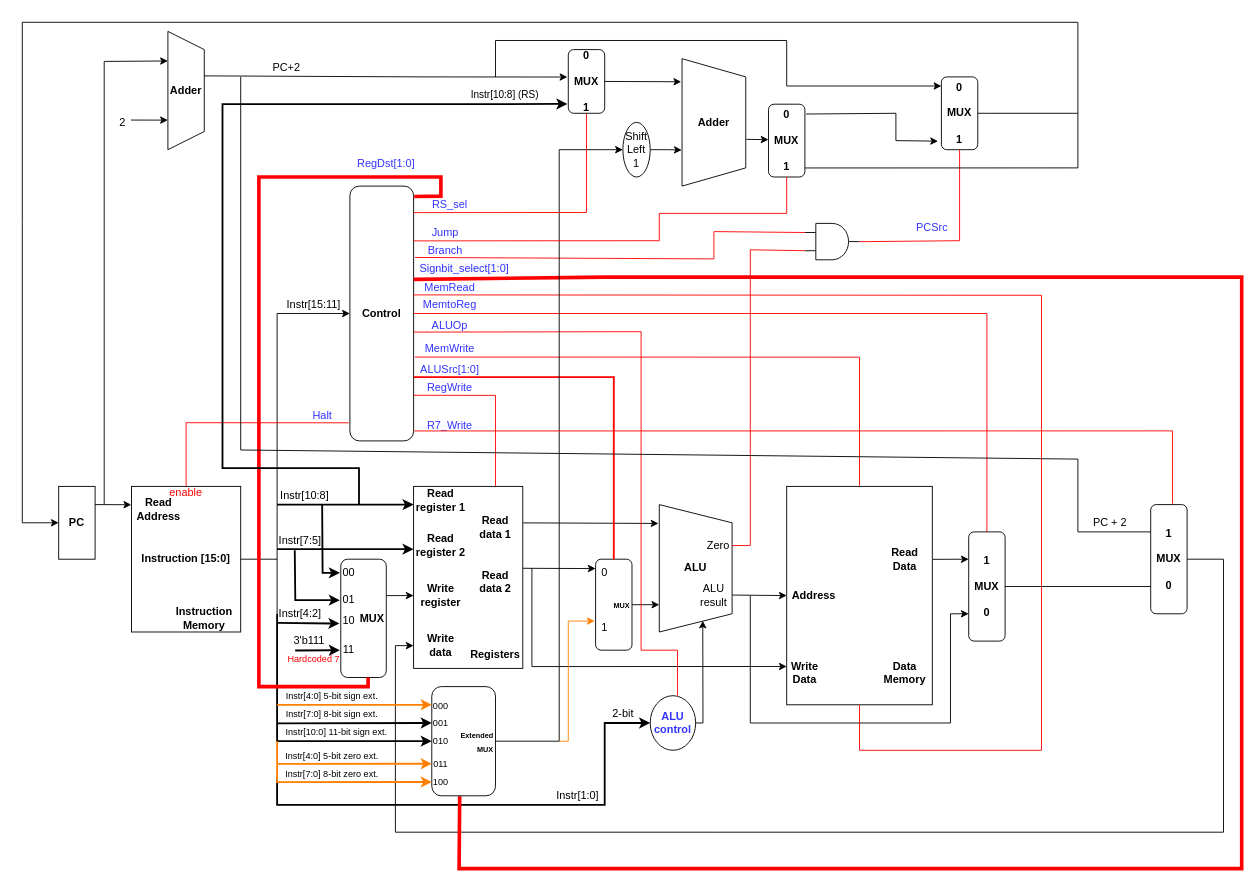
Earlier version of the draw.io diagram WISC-SP22.drawio (joshmeiyb/ECE552). Source tidied: cells renumbered, new cells numbered last; positions are measured from the earlier drawing's top-left corner, leaving out a move shared by most shapes. Both pictures are drawn from the tidied source at 91%, with x=0, y=0 at pixel (22, 22).
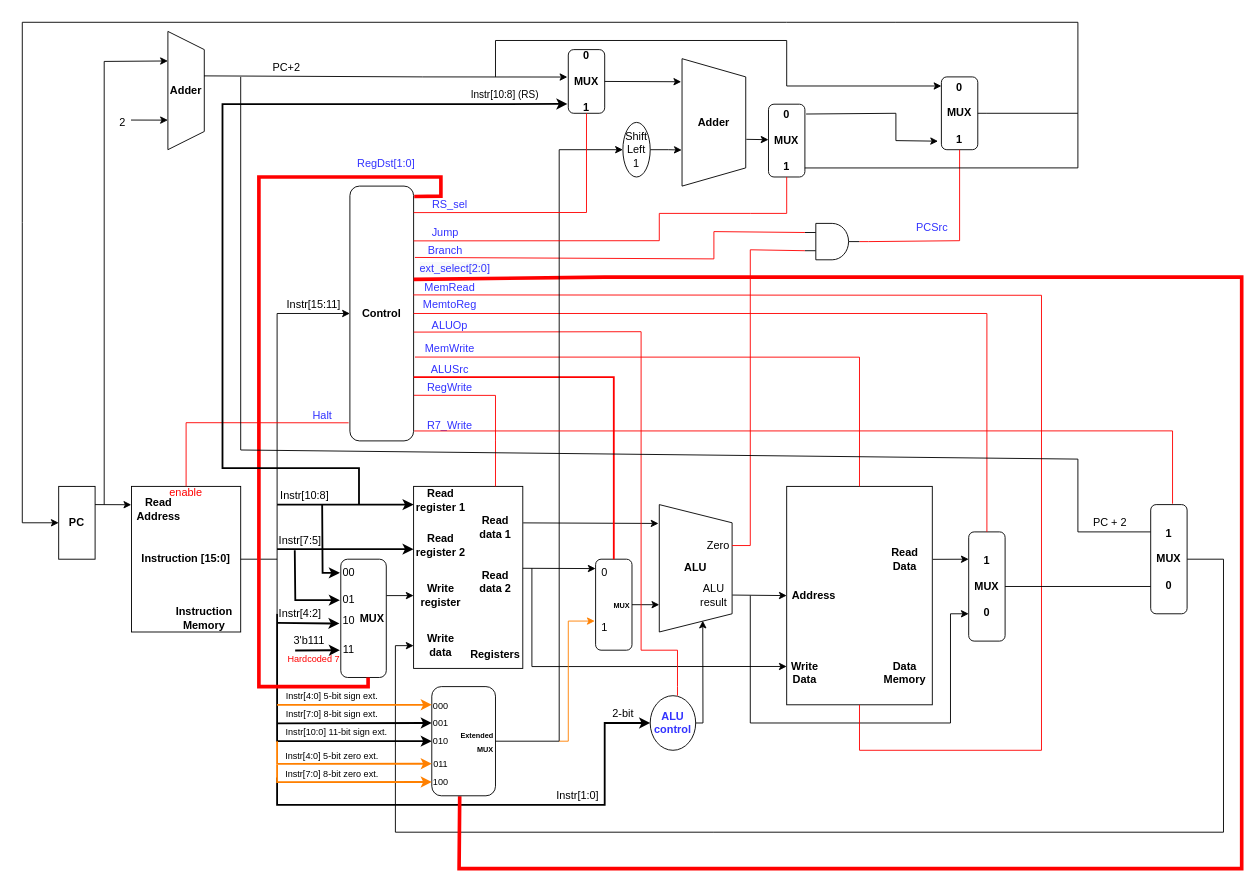
The same page after the edit.

The edit, as a diff of the source:
```diff
@@
-    <mxCell id="77" value="&lt;font color=&quot;#3333ff&quot;&gt;ALUSrc[1:0]&lt;/font&gt;" style="text;html=1;strokeColor=none;fillColor=none;align=center;verticalAlign=middle;whiteSpace=wrap;rounded=0;" parent="1" vertex="1">
+    <mxCell id="77" value="&lt;font color=&quot;#3333ff&quot;&gt;ALUSrc&lt;/font&gt;" style="text;html=1;strokeColor=none;fillColor=none;align=center;verticalAlign=middle;whiteSpace=wrap;rounded=0;" parent="1" vertex="1">
       <mxGeometry x="440" y="367" width="60" height="30" as="geometry" />
     </mxCell>
@@
-    <mxCell id="86" value="&lt;span style=&quot;color: rgb(51 , 51 , 255) ; font-family: &amp;#34;helvetica&amp;#34; ; font-size: 12px ; font-style: normal ; font-weight: 400 ; letter-spacing: normal ; text-align: center ; text-indent: 0px ; text-transform: none ; word-spacing: 0px ; background-color: rgb(248 , 249 , 250) ; display: inline ; float: none&quot;&gt;Signbit_select[1:0]&lt;/span&gt;" style="text;whiteSpace=wrap;html=1;" parent="1" vertex="1">
+    <mxCell id="86" value="&lt;span style=&quot;color: rgb(51 , 51 , 255) ; font-family: &amp;#34;helvetica&amp;#34; ; font-size: 12px ; font-style: normal ; font-weight: 400 ; letter-spacing: normal ; text-align: center ; text-indent: 0px ; text-transform: none ; word-spacing: 0px ; background-color: rgb(248 , 249 , 250) ; display: inline ; float: none&quot;&gt;ext_select[2:0]&lt;/span&gt;" style="text;whiteSpace=wrap;html=1;" parent="1" vertex="1">
       <mxGeometry x="435" y="257" width="100" height="28" as="geometry" />
     </mxCell>
```
